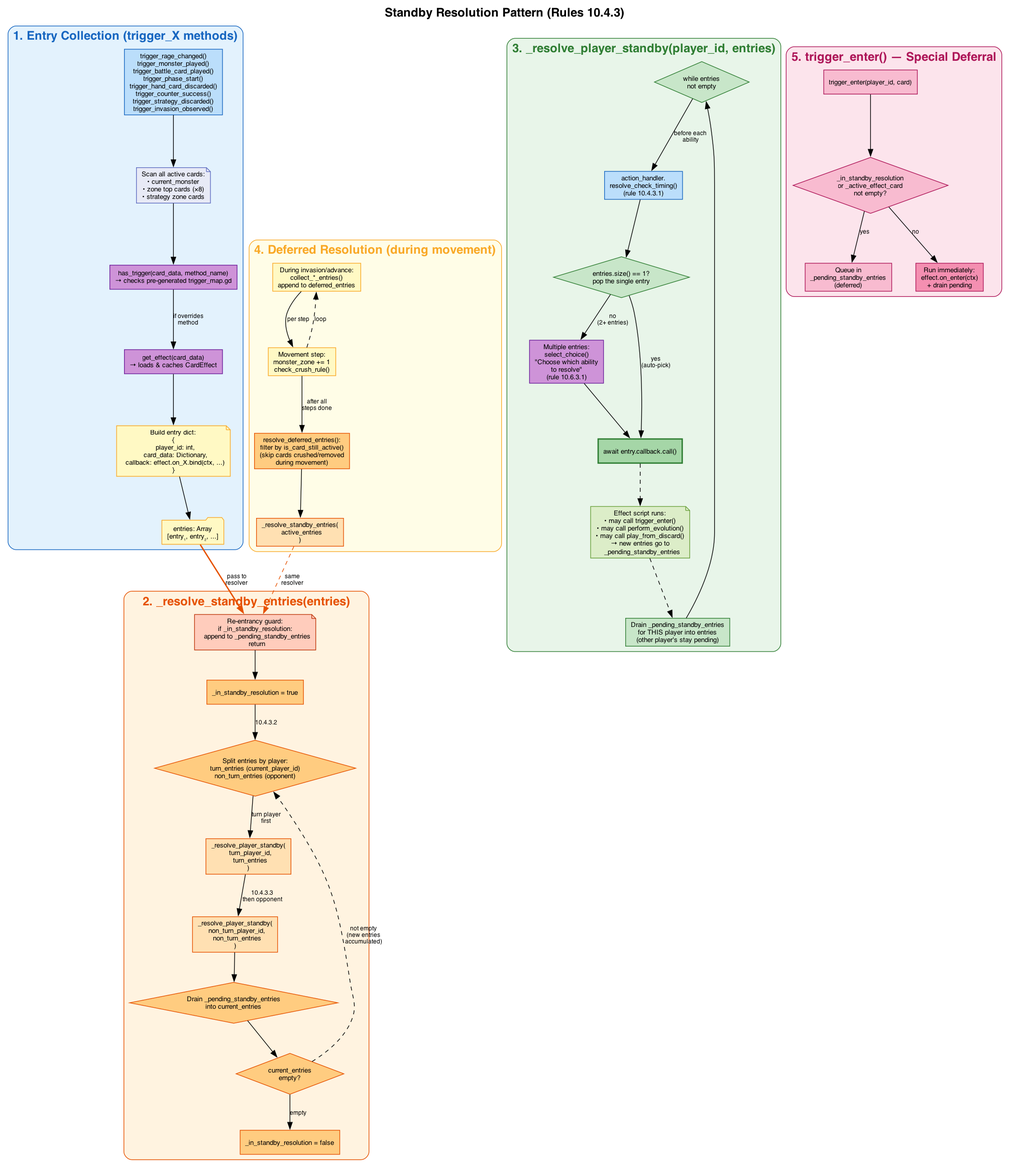
Before: docs/graphs/standby_resolution.png, a diagram exported from Graphviz (hunterdurbin/godzilla-sim). Its source is kept beside it as docs/graphs/standby_resolution.dot. Its diagram source:
```dot
digraph standby_resolution {
    rankdir=TB
    label="Standby Resolution Pattern (Rules 10.4.3)"
    labelloc=t
    fontsize=18
    fontname="Helvetica-Bold"
    bgcolor="white"
    nodesep=0.5
    ranksep=0.6

    node [fontname="Helvetica" fontsize=10 style=filled shape=box]
    edge [fontname="Helvetica" fontsize=9]

    subgraph cluster_collection {
        label="1. Entry Collection (trigger_X methods)"
        style=rounded
        color="#1565C0"
        fontcolor="#1565C0"
        bgcolor="#E3F2FD"

        trigger_x [label="trigger_rage_changed()\ntrigger_monster_played()\ntrigger_battle_card_played()\ntrigger_phase_start()\ntrigger_hand_card_discarded()\ntrigger_counter_success()\ntrigger_strategy_discarded()\ntrigger_invasion_observed()" fillcolor="#BBDEFB" color="#1565C0"]

        scan [label="Scan all active cards:\n• current_monster\n• zone top cards (×8)\n• strategy zone cards" shape=note fillcolor="#E8EAF6" color="#5C6BC0"]

        has_trigger [label="has_trigger(card_data, method_name)\n→ checks pre-generated trigger_map.gd" fillcolor="#CE93D8" color="#6A1B9A"]

        get_effect [label="get_effect(card_data)\n→ loads & caches CardEffect" fillcolor="#CE93D8" color="#6A1B9A"]

        build_entry [label="Build entry dict:\n{\n  player_id: int,\n  card_data: Dictionary,\n  callback: effect.on_X.bind(ctx, ...)\n}" shape=note fillcolor="#FFF9C4" color="#F9A825"]

        entries_arr [label="entries: Array\n[entry₁, entry₂, ...]" fillcolor="#FFF9C4" color="#F9A825" shape=folder]

        trigger_x -> scan -> has_trigger
        has_trigger -> get_effect [label="if overrides\nmethod"]
        get_effect -> build_entry -> entries_arr
    }

    subgraph cluster_resolve {
        label="2. _resolve_standby_entries(entries)"
        style=rounded
        color="#E65100"
        fontcolor="#E65100"
        bgcolor="#FFF3E0"

        guard [label="Re-entrancy guard:\nif _in_standby_resolution:\n  append to _pending_standby_entries\n  return" fillcolor="#FFCCBC" color="#BF360C" shape=note]

        set_flag [label="_in_standby_resolution = true" fillcolor="#FFCC80" color="#E65100"]

        split [label="Split entries by player:\nturn_entries (current_player_id)\nnon_turn_entries (opponent)" fillcolor="#FFCC80" color="#E65100" shape=diamond]

        resolve_turn [label="_resolve_player_standby(\n  turn_player_id,\n  turn_entries\n)" fillcolor="#FFE0B2" color="#E65100"]

        resolve_non [label="_resolve_player_standby(\n  non_turn_player_id,\n  non_turn_entries\n)" fillcolor="#FFE0B2" color="#E65100"]

        drain [label="Drain _pending_standby_entries\ninto current_entries" fillcolor="#FFCC80" color="#E65100" shape=diamond]

        loop_check [label="current_entries\nempty?" fillcolor="#FFCC80" color="#E65100" shape=diamond]

        clear_flag [label="_in_standby_resolution = false" fillcolor="#FFCC80" color="#E65100"]

        guard -> set_flag
        set_flag -> split [label="10.4.3.2"]
        split -> resolve_turn [label="turn player\nfirst"]
        resolve_turn -> resolve_non [label="10.4.3.3\nthen opponent"]
        resolve_non -> drain
        drain -> loop_check
        loop_check -> split [label="not empty\n(new entries\naccumulated)" style=dashed]
        loop_check -> clear_flag [label="empty"]
    }

    subgraph cluster_player {
        label="3. _resolve_player_standby(player_id, entries)"
        style=rounded
        color="#2E7D32"
        fontcolor="#2E7D32"
        bgcolor="#E8F5E9"

        while_loop [label="while entries\nnot empty" fillcolor="#C8E6C9" color="#2E7D32" shape=diamond]

        check_timing [label="action_handler.\nresolve_check_timing()\n(rule 10.4.3.1)" fillcolor="#BBDEFB" color="#1565C0"]

        one_entry [label="entries.size() == 1?\npop the single entry" fillcolor="#C8E6C9" color="#2E7D32" shape=diamond]

        choose [label="Multiple entries:\nselect_choice()\n\"Choose which ability\nto resolve\"\n(rule 10.6.3.1)" fillcolor="#CE93D8" color="#6A1B9A"]

        execute [label="await entry.callback.call()" fillcolor="#A5D6A7" color="#2E7D32" penwidth=2]

        effect_runs [label="Effect script runs:\n• may call trigger_enter()\n• may call perform_evolution()\n• may call play_from_discard()\n→ new entries go to\n  _pending_standby_entries" shape=note fillcolor="#DCEDC8" color="#689F38"]

        drain_same [label="Drain _pending_standby_entries\nfor THIS player into entries\n(other player's stay pending)" fillcolor="#C8E6C9" color="#2E7D32"]

        while_loop -> check_timing [label="before each\nability"]
        check_timing -> one_entry
        one_entry -> execute [label="yes\n(auto-pick)"]
        one_entry -> choose [label="no\n(2+ entries)"]
        choose -> execute
        execute -> effect_runs [style=dashed]
        effect_runs -> drain_same [style=dashed]
        drain_same -> while_loop
    }

    subgraph cluster_deferred {
        label="4. Deferred Resolution (during movement)"
        style=rounded
        color="#F9A825"
        fontcolor="#F9A825"
        bgcolor="#FFFDE7"

        collect [label="During invasion/advance:\ncollect_*_entries()\nappend to deferred_entries" fillcolor="#FFF9C4" color="#F9A825"]

        movement [label="Movement step:\nmonster_zone += 1\ncheck_crush_rule()" fillcolor="#FFF9C4" color="#F9A825"]

        filter [label="resolve_deferred_entries():\nfilter by is_card_still_active()\n(skip cards crushed/removed\nduring movement)" fillcolor="#FFCC80" color="#E65100"]

        to_standby [label="_resolve_standby_entries(\n  active_entries\n)" fillcolor="#FFE0B2" color="#E65100"]

        collect -> movement [label="per step"]
        movement -> collect [label="loop" style=dashed]
        movement -> filter [label="after all\nsteps done"]
        filter -> to_standby
    }

    subgraph cluster_enter {
        label="5. trigger_enter() — Special Deferral"
        style=rounded
        color="#AD1457"
        fontcolor="#AD1457"
        bgcolor="#FCE4EC"

        enter_check [label="trigger_enter(player_id, card)" fillcolor="#F8BBD0" color="#AD1457"]
        in_standby [label="_in_standby_resolution\nor _active_effect_card\nnot empty?" fillcolor="#F8BBD0" color="#AD1457" shape=diamond]
        defer_enter [label="Queue in\n_pending_standby_entries\n(deferred)" fillcolor="#F8BBD0" color="#AD1457"]
        run_enter [label="Run immediately:\neffect.on_enter(ctx)\n+ drain pending" fillcolor="#F48FB1" color="#AD1457"]

        enter_check -> in_standby
        in_standby -> defer_enter [label="yes"]
        in_standby -> run_enter [label="no"]
    }

    entries_arr -> guard [label="pass to\nresolver" penwidth=2 color="#E65100"]
    to_standby -> guard [label="same\nresolver" style=dashed color="#E65100"]
}
```
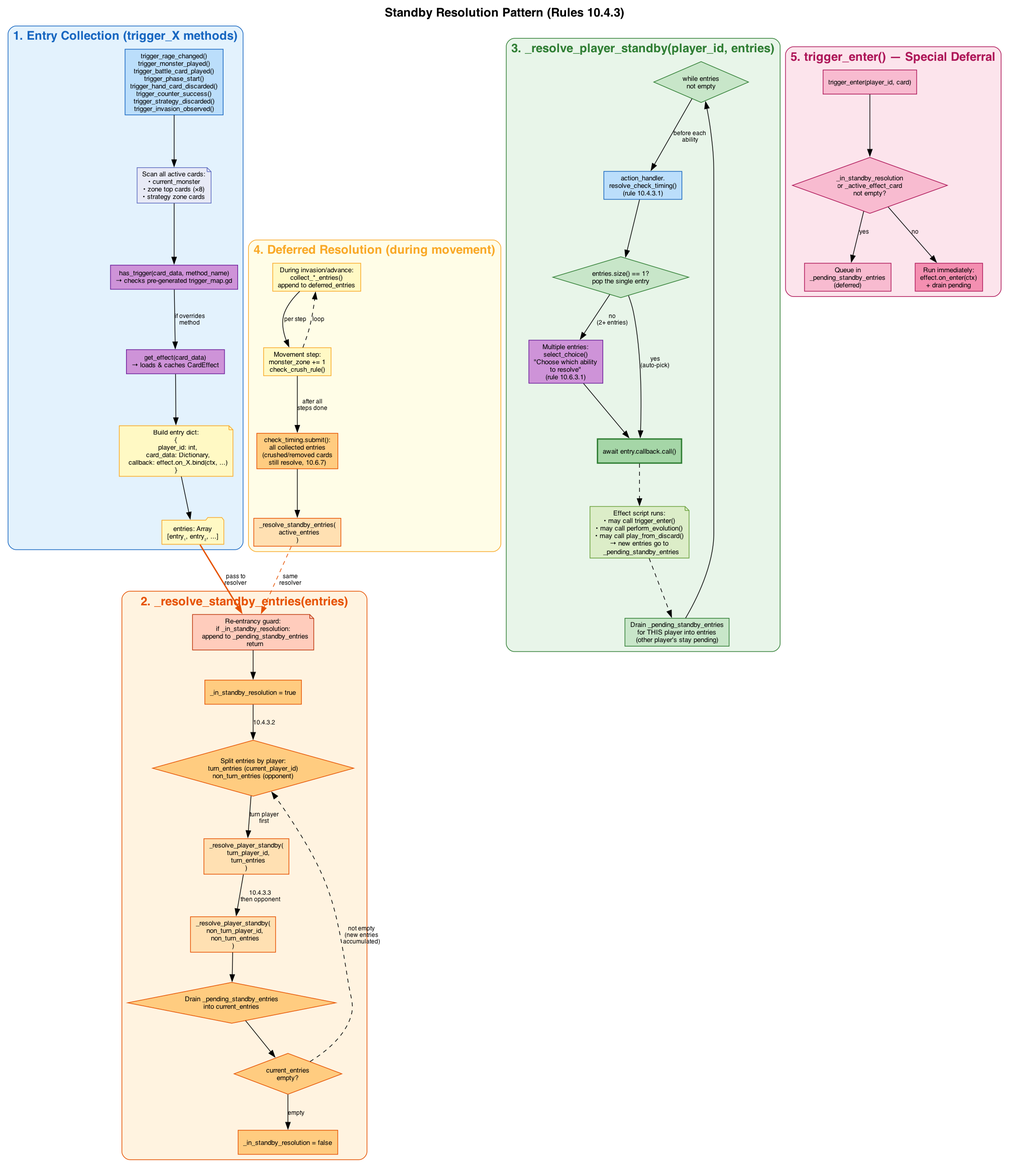
After the commit.

Diff of the diagram source:
```diff
@@ -110,7 +110,7 @@
 
         movement [label="Movement step:\nmonster_zone += 1\ncheck_crush_rule()" fillcolor="#FFF9C4" color="#F9A825"]
 
-        filter [label="resolve_deferred_entries():\nfilter by is_card_still_active()\n(skip cards crushed/removed\nduring movement)" fillcolor="#FFCC80" color="#E65100"]
+        filter [label="check_timing.submit():\nall collected entries\n(crushed/removed cards\nstill resolve, 10.6.7)" fillcolor="#FFCC80" color="#E65100"]
 
         to_standby [label="_resolve_standby_entries(\n  active_entries\n)" fillcolor="#FFE0B2" color="#E65100"]
 
```
